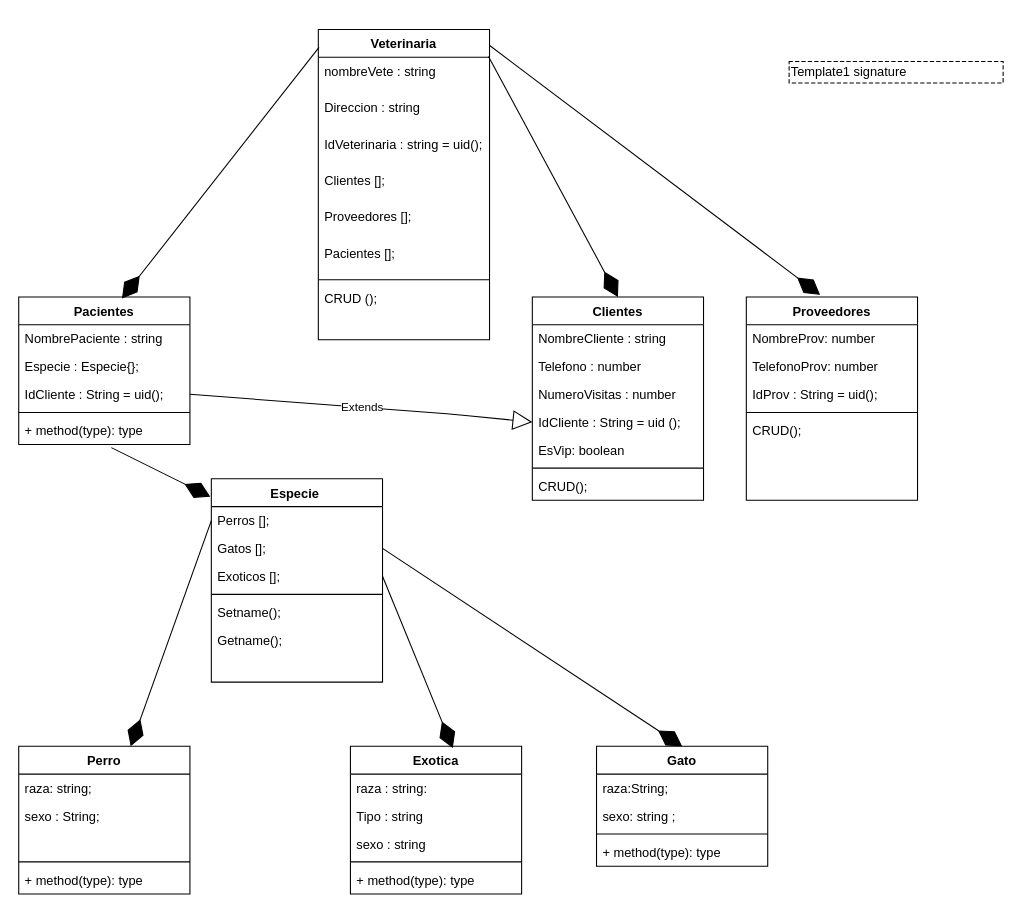
Earlier version of the draw.io diagram diagramaClases.dio (JulietaZotes/trabajo-final-FIP). Source tidied: cells renumbered, new cells numbered last; positions are measured from the earlier drawing's top-left corner, leaving out a move shared by most shapes. Both pictures are drawn from the tidied source at 107%, with x=0, y=0 at pixel (18, 29).
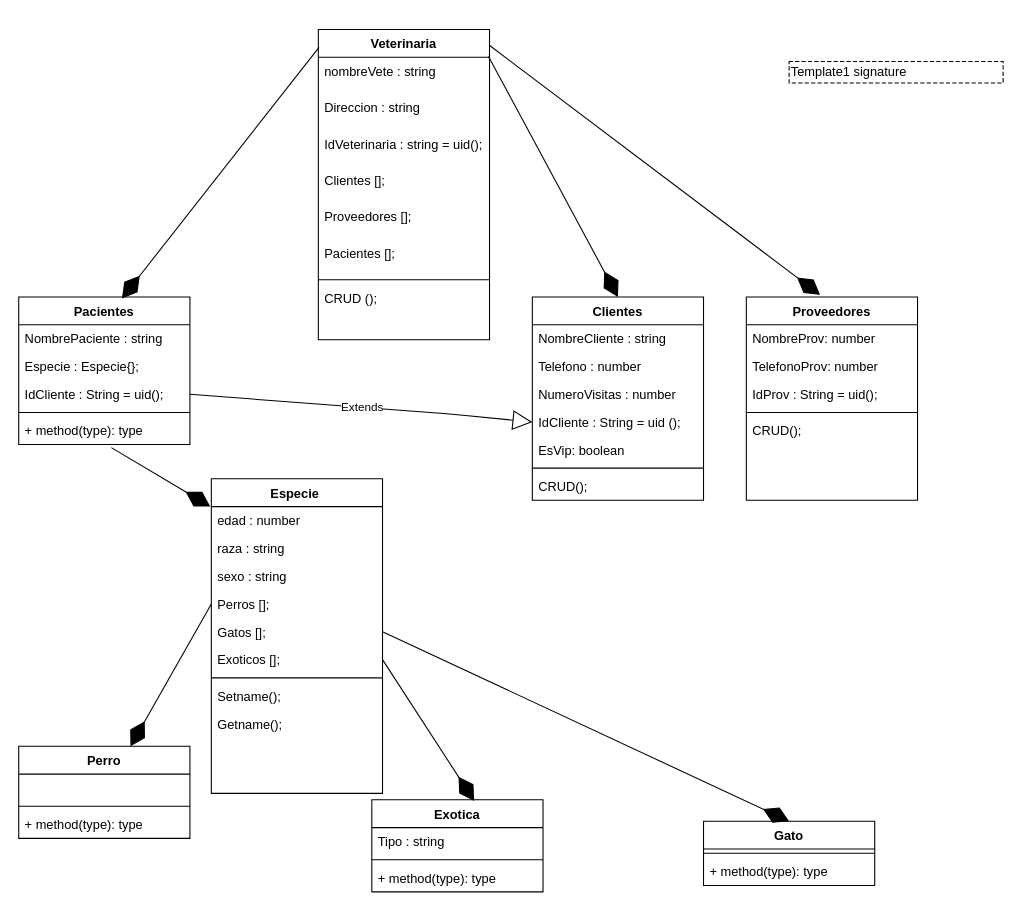
The same diagram, later.

Commit message (it also covers changes not shown here):
proveedor y diagrama modificado

Change to the diagram source:
```diff
@@
     <mxCell id="26" value="Especie " style="swimlane;fontStyle=1;align=center;verticalAlign=top;horizontal=1;startSize=26;" parent="1" vertex="1">
-      <mxGeometry x="180" y="420" width="160" height="190" as="geometry" />
+      <mxGeometry x="180" y="420" width="160" height="294" as="geometry" />
     </mxCell>
+    <mxCell id="68" value="edad : number" style="text;strokeColor=none;fillColor=none;align=left;verticalAlign=top;spacingLeft=4;spacingRight=4;overflow=hidden;" parent="26" vertex="1">
+      <mxGeometry y="26" width="160" height="26" as="geometry" />
+    </mxCell>
+    <mxCell id="69" value="raza : string " style="text;strokeColor=none;fillColor=none;align=left;verticalAlign=top;spacingLeft=4;spacingRight=4;overflow=hidden;" parent="26" vertex="1">
+      <mxGeometry y="52" width="160" height="26" as="geometry" />
+    </mxCell>
+    <mxCell id="56" value="sexo : string" style="text;strokeColor=none;fillColor=none;align=left;verticalAlign=top;spacingLeft=4;spacingRight=4;overflow=hidden;" parent="26" vertex="1">
+      <mxGeometry y="78" width="160" height="26" as="geometry" />
+    </mxCell>
     <mxCell id="27" value="Perros [];" style="text;strokeColor=none;fillColor=none;align=left;verticalAlign=top;spacingLeft=4;spacingRight=4;overflow=hidden;points=[[0,0.5],[1,0.5]];portConstraint=eastwest;" parent="26" vertex="1">
-      <mxGeometry y="26" width="160" height="26" as="geometry" />
+      <mxGeometry y="104" width="160" height="26" as="geometry" />
     </mxCell>
     <mxCell id="28" value="Gatos [];" style="text;strokeColor=none;fillColor=none;align=left;verticalAlign=top;spacingLeft=4;spacingRight=4;overflow=hidden;points=[[0,0.5],[1,0.5]];portConstraint=eastwest;" parent="26" vertex="1">
-      <mxGeometry y="52" width="160" height="26" as="geometry" />
+      <mxGeometry y="130" width="160" height="26" as="geometry" />
     </mxCell>
     <mxCell id="29" value="Exoticos [];" style="text;strokeColor=none;fillColor=none;align=left;verticalAlign=top;spacingLeft=4;spacingRight=4;overflow=hidden;points=[[0,0.5],[1,0.5]];portConstraint=eastwest;" parent="26" vertex="1">
-      <mxGeometry y="78" width="160" height="26" as="geometry" />
+      <mxGeometry y="156" width="160" height="26" as="geometry" />
     </mxCell>
     <mxCell id="30" style="line;strokeWidth=1;fillColor=none;align=left;verticalAlign=middle;spacingTop=-1;spacingLeft=3;spacingRight=3;labelPosition=right;strokeColor=inherit;" parent="26" vertex="1">
-      <mxGeometry y="104" width="160" height="8" as="geometry" />
+      <mxGeometry y="182" width="160" height="8" as="geometry" />
     </mxCell>
     <mxCell id="31" value="Setname();" style="text;strokeColor=none;fillColor=none;align=left;verticalAlign=top;spacingLeft=4;spacingRight=4;overflow=hidden;" parent="26" vertex="1">
-      <mxGeometry y="112" width="160" height="26" as="geometry" />
+      <mxGeometry y="190" width="160" height="26" as="geometry" />
     </mxCell>
     <mxCell id="32" value="Getname();" style="text;strokeColor=none;fillColor=none;align=left;verticalAlign=top;spacingLeft=4;spacingRight=4;overflow=hidden;" parent="26" vertex="1">
-      <mxGeometry y="138" width="160" height="26" as="geometry" />
+      <mxGeometry y="216" width="160" height="26" as="geometry" />
     </mxCell>
     <mxCell id="33" style="text;strokeColor=none;fillColor=none;align=left;verticalAlign=top;spacingLeft=4;spacingRight=4;overflow=hidden;" parent="26" vertex="1">
-      <mxGeometry y="164" width="160" height="26" as="geometry" />
+      <mxGeometry y="242" width="160" height="26" as="geometry" />
     </mxCell>
+    <mxCell id="70" style="text;strokeColor=none;fillColor=none;align=left;verticalAlign=top;spacingLeft=4;spacingRight=4;overflow=hidden;" parent="26" vertex="1">
+      <mxGeometry y="268" width="160" height="26" as="geometry" />
+    </mxCell>
@@
     <mxCell id="42" value="Perro" style="swimlane;fontStyle=1;align=center;verticalAlign=top;horizontal=1;startSize=26;" parent="1" vertex="1">
-      <mxGeometry y="670" width="160" height="138" as="geometry" />
+      <mxGeometry y="670" width="160" height="86" as="geometry" />
     </mxCell>
-    <mxCell id="43" value="raza: string;" style="text;strokeColor=none;fillColor=none;align=left;verticalAlign=top;spacingLeft=4;spacingRight=4;overflow=hidden;" parent="42" vertex="1">
-      <mxGeometry y="26" width="160" height="26" as="geometry" />
-    </mxCell>
-    <mxCell id="44" value="sexo : String;" style="text;strokeColor=none;fillColor=none;align=left;verticalAlign=top;spacingLeft=4;spacingRight=4;overflow=hidden;" parent="42" vertex="1">
-      <mxGeometry y="52" width="160" height="26" as="geometry" />
-    </mxCell>
     <mxCell id="45" style="text;strokeColor=none;fillColor=none;align=left;verticalAlign=top;spacingLeft=4;spacingRight=4;overflow=hidden;" parent="42" vertex="1">
-      <mxGeometry y="78" width="160" height="26" as="geometry" />
+      <mxGeometry y="26" width="160" height="26" as="geometry" />
     </mxCell>
     <mxCell id="46" style="line;strokeWidth=1;fillColor=none;align=left;verticalAlign=middle;spacingTop=-1;spacingLeft=3;spacingRight=3;labelPosition=right;strokeColor=inherit;" parent="42" vertex="1">
-      <mxGeometry y="104" width="160" height="8" as="geometry" />
+      <mxGeometry y="52" width="160" height="8" as="geometry" />
     </mxCell>
     <mxCell id="47" value="+ method(type): type" style="text;strokeColor=none;fillColor=none;align=left;verticalAlign=top;spacingLeft=4;spacingRight=4;overflow=hidden;" parent="42" vertex="1">
-      <mxGeometry y="112" width="160" height="26" as="geometry" />
+      <mxGeometry y="60" width="160" height="26" as="geometry" />
     </mxCell>
     <mxCell id="48" value="Gato" style="swimlane;fontStyle=1;align=center;verticalAlign=top;horizontal=1;startSize=26;" parent="1" vertex="1">
-      <mxGeometry x="540" y="670" width="160" height="112" as="geometry" />
+      <mxGeometry x="640" y="740" width="160" height="60" as="geometry" />
     </mxCell>
-    <mxCell id="49" value="raza:String;" style="text;strokeColor=none;fillColor=none;align=left;verticalAlign=top;spacingLeft=4;spacingRight=4;overflow=hidden;" parent="48" vertex="1">
-      <mxGeometry y="26" width="160" height="26" as="geometry" />
-    </mxCell>
-    <mxCell id="50" value="sexo: string ;" style="text;strokeColor=none;fillColor=none;align=left;verticalAlign=top;spacingLeft=4;spacingRight=4;overflow=hidden;" parent="48" vertex="1">
-      <mxGeometry y="52" width="160" height="26" as="geometry" />
-    </mxCell>
     <mxCell id="51" style="line;strokeWidth=1;fillColor=none;align=left;verticalAlign=middle;spacingTop=-1;spacingLeft=3;spacingRight=3;labelPosition=right;strokeColor=inherit;" parent="48" vertex="1">
-      <mxGeometry y="78" width="160" height="8" as="geometry" />
+      <mxGeometry y="26" width="160" height="8" as="geometry" />
     </mxCell>
     <mxCell id="52" value="+ method(type): type" style="text;strokeColor=none;fillColor=none;align=left;verticalAlign=top;spacingLeft=4;spacingRight=4;overflow=hidden;" parent="48" vertex="1">
-      <mxGeometry y="86" width="160" height="26" as="geometry" />
+      <mxGeometry y="34" width="160" height="26" as="geometry" />
     </mxCell>
     <mxCell id="53" value="Exotica" style="swimlane;fontStyle=1;align=center;verticalAlign=top;horizontal=1;startSize=26;" parent="1" vertex="1">
-      <mxGeometry x="310" y="670" width="160" height="138" as="geometry" />
+      <mxGeometry x="330" y="720" width="160" height="86" as="geometry" />
     </mxCell>
-    <mxCell id="54" value="raza : string:" style="text;strokeColor=none;fillColor=none;align=left;verticalAlign=top;spacingLeft=4;spacingRight=4;overflow=hidden;" parent="53" vertex="1">
-      <mxGeometry y="26" width="160" height="26" as="geometry" />
-    </mxCell>
     <mxCell id="55" value="Tipo : string" style="text;strokeColor=none;fillColor=none;align=left;verticalAlign=top;spacingLeft=4;spacingRight=4;overflow=hidden;" parent="53" vertex="1">
-      <mxGeometry y="52" width="160" height="26" as="geometry" />
+      <mxGeometry y="26" width="160" height="26" as="geometry" />
     </mxCell>
-    <mxCell id="56" value="sexo : string" style="text;strokeColor=none;fillColor=none;align=left;verticalAlign=top;spacingLeft=4;spacingRight=4;overflow=hidden;" parent="53" vertex="1">
-      <mxGeometry y="78" width="160" height="26" as="geometry" />
-    </mxCell>
     <mxCell id="57" style="line;strokeWidth=1;fillColor=none;align=left;verticalAlign=middle;spacingTop=-1;spacingLeft=3;spacingRight=3;labelPosition=right;strokeColor=inherit;" parent="53" vertex="1">
-      <mxGeometry y="104" width="160" height="8" as="geometry" />
+      <mxGeometry y="52" width="160" height="8" as="geometry" />
     </mxCell>
     <mxCell id="58" value="+ method(type): type" style="text;strokeColor=none;fillColor=none;align=left;verticalAlign=top;spacingLeft=4;spacingRight=4;overflow=hidden;" parent="53" vertex="1">
-      <mxGeometry y="112" width="160" height="26" as="geometry" />
+      <mxGeometry y="60" width="160" height="26" as="geometry" />
     </mxCell>
```
